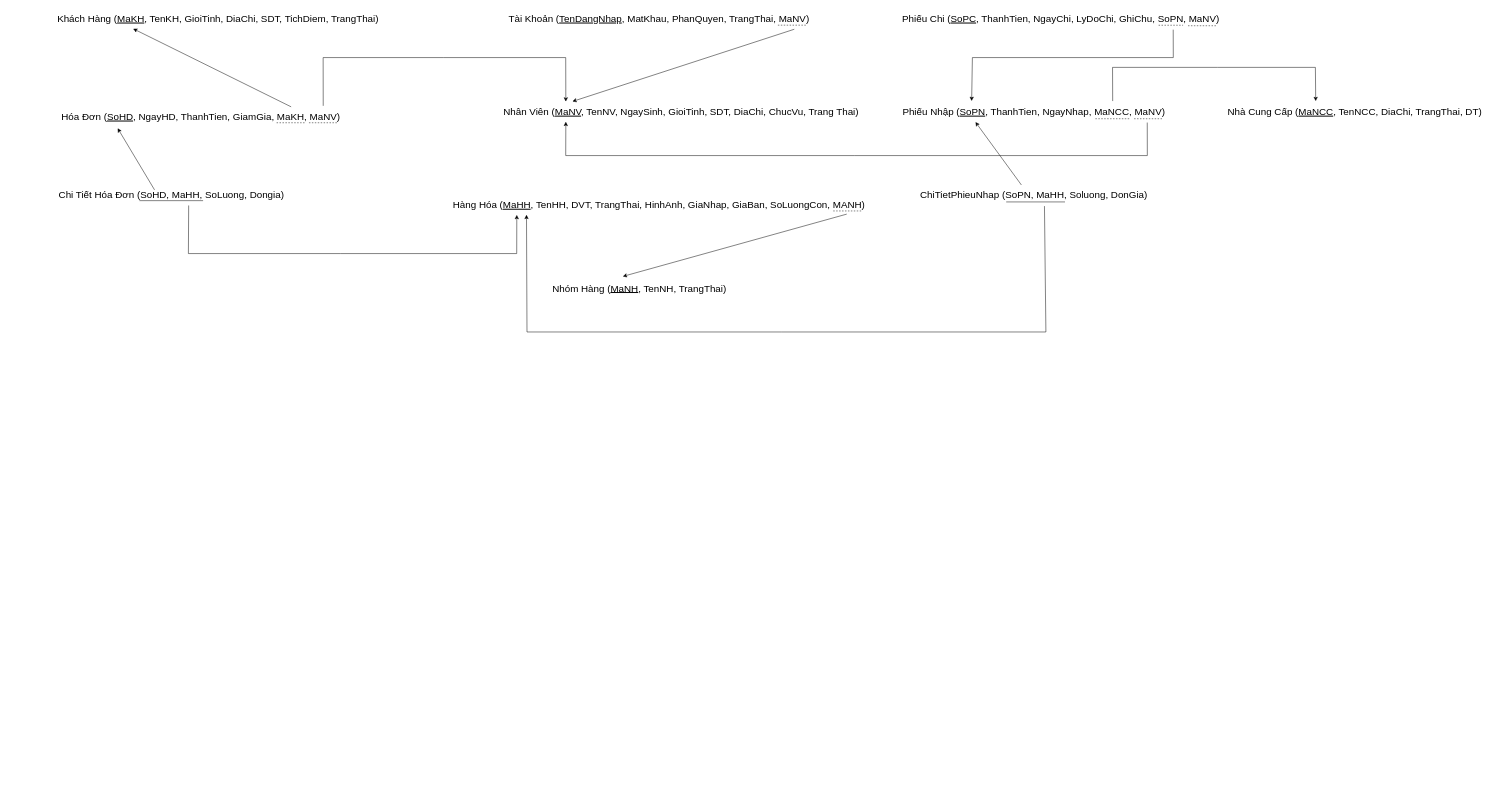
Before: page "Lược đồ CSDL" (1 of 2) of Huy/LuocDoCSDL+DFD(3.0 lvl2).drawio in hungtadasuke/Enterprise-Information-System-Project, a draw.io diagram. Source tidied: cells renumbered, new cells numbered last; positions are measured from the earlier drawing's top-left corner, leaving out a move shared by most shapes. Both pictures are drawn from the tidied source at 49%, with x=0, y=0 at pixel (51, 8).
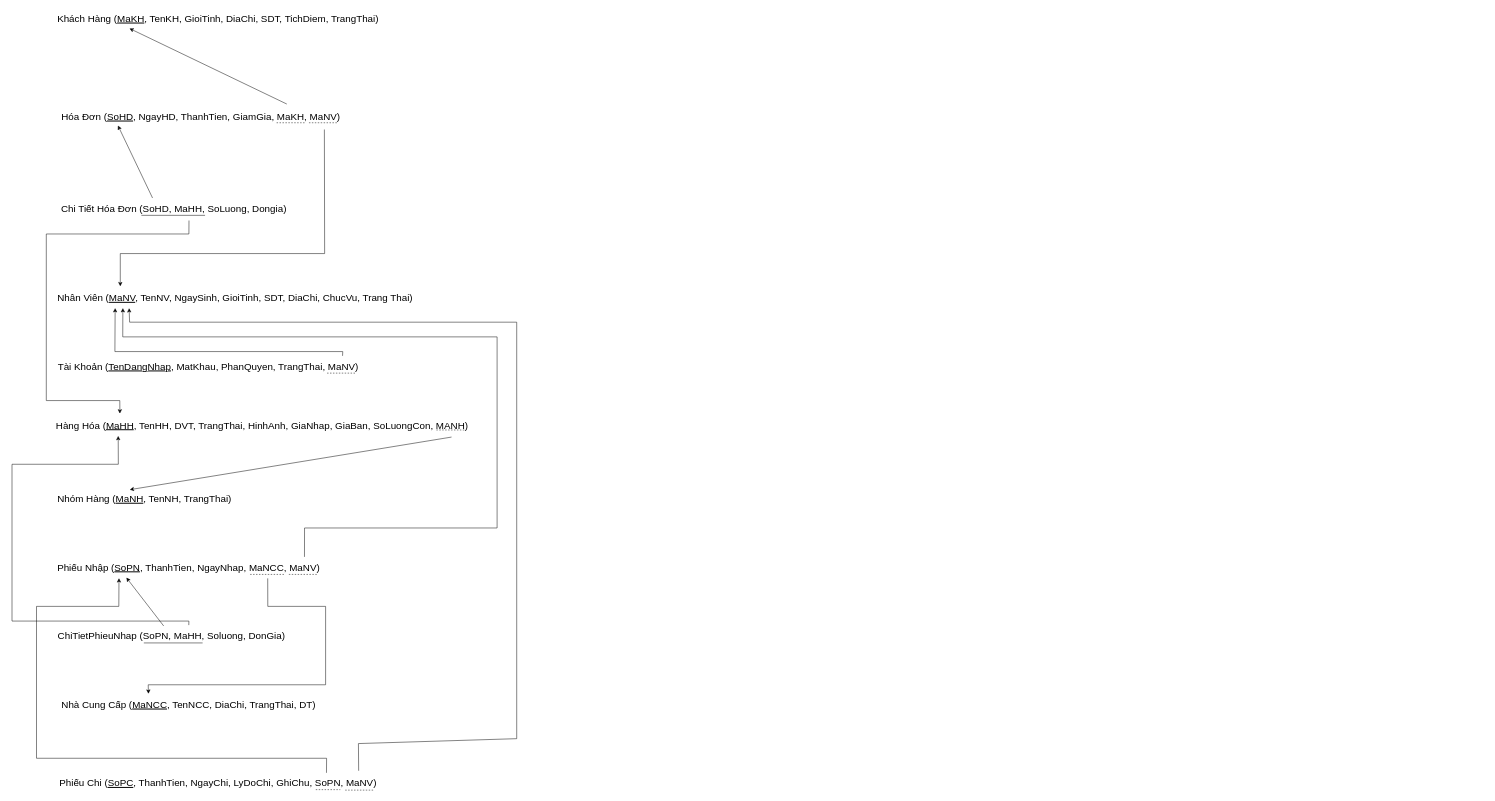
The same diagram, later.

Commit message (it also covers changes not shown here):
Huy - fix luoc do CSDL

The change refers to these unchanged cells:
```xml
<mxCell id="2" value="Khách Hàng (&lt;u&gt;MaKH&lt;/u&gt;, TenKH, GioiTinh, DiaChi, SDT, TichDiem, TrangThai)" style="text;html=1;align=center;verticalAlign=middle;points=[];strokeColor=none;fillColor=none;fontSize=20;" parent="1" vertex="1">
  <mxGeometry width="680" height="40" as="geometry" />
</mxCell>
<mxCell id="3" value="Hóa Đơn (&lt;u&gt;SoHD&lt;/u&gt;, NgayHD, ThanhTien, GiamGia, MaKH, MaNV)" style="text;html=1;align=center;verticalAlign=middle;points=[];strokeColor=none;fillColor=none;fontSize=20;" parent="1" vertex="1">
  <mxGeometry x="10" y="200" width="590" height="40" as="geometry" />
</mxCell>
```

What changed in the source:
```diff
@@
     <mxCell id="4" value="Chi Tiết Hóa Đơn (SoHD, MaHH, SoLuong, Dongia)" style="text;html=1;align=center;verticalAlign=middle;points=[];strokeColor=none;fillColor=none;fontSize=20;" parent="1" vertex="1">
-      <mxGeometry x="5" y="360" width="480" height="40" as="geometry" />
+      <mxGeometry x="10" y="388" width="480" height="40" as="geometry" />
     </mxCell>
     <mxCell id="5" value="Hàng Hóa (&lt;u&gt;MaHH&lt;/u&gt;, TenHH, DVT, TrangThai, HinhAnh, GiaNhap, GiaBan, SoLuongCon, MANH)" style="text;html=1;align=center;verticalAlign=middle;points=[];strokeColor=none;fillColor=none;fontSize=20;" parent="1" vertex="1">
-      <mxGeometry x="810" y="380" width="860" height="40" as="geometry" />
+      <mxGeometry y="830" width="860" height="40" as="geometry" />
     </mxCell>
     <mxCell id="6" value="Nhóm Hàng (&lt;u&gt;MaNH&lt;/u&gt;, TenNH, TrangThai)" style="text;html=1;align=center;verticalAlign=middle;points=[];strokeColor=none;fillColor=none;fontSize=20;" parent="1" vertex="1">
-      <mxGeometry x="1010" y="550" width="380" height="40" as="geometry" />
+      <mxGeometry y="980" width="380" height="40" as="geometry" />
     </mxCell>
     <mxCell id="7" value="Nhân Viên (&lt;u&gt;MaNV&lt;/u&gt;, TenNV, NgaySinh, GioiTinh, SDT, DiaChi, ChucVu, Trang Thai)" style="text;html=1;align=center;verticalAlign=middle;points=[];strokeColor=none;fillColor=none;fontSize=20;" parent="1" vertex="1">
-      <mxGeometry x="910" y="190" width="750" height="40" as="geometry" />
+      <mxGeometry y="570" width="750" height="40" as="geometry" />
     </mxCell>
     <mxCell id="8" value="Tài Khoản (&lt;u&gt;TenDangNhap&lt;/u&gt;, MatKhau, PhanQuyen, TrangThai, MaNV)" style="text;html=1;align=center;verticalAlign=middle;points=[];strokeColor=none;fillColor=none;fontSize=20;" parent="1" vertex="1">
-      <mxGeometry x="920" width="640" height="40" as="geometry" />
+      <mxGeometry y="710" width="640" height="40" as="geometry" />
     </mxCell>
     <mxCell id="9" value="Phiếu Chi (&lt;u&gt;SoPC&lt;/u&gt;, ThanhTien, NgayChi, LyDoChi, GhiChu, SoPN, MaNV)" style="text;html=1;align=center;verticalAlign=middle;points=[];strokeColor=none;fillColor=none;fontSize=20;" parent="1" vertex="1">
-      <mxGeometry x="1725" width="670" height="40" as="geometry" />
+      <mxGeometry x="5" y="1560" width="670" height="40" as="geometry" />
     </mxCell>
     <mxCell id="10" value="Phiếu Nhập (&lt;u&gt;SoPN&lt;/u&gt;, ThanhTien, NgayNhap, MaNCC, MaNV)" style="text;html=1;align=center;verticalAlign=middle;points=[];strokeColor=none;fillColor=none;fontSize=20;" parent="1" vertex="1">
-      <mxGeometry x="1725" y="190" width="560" height="40" as="geometry" />
+      <mxGeometry y="1120" width="560" height="40" as="geometry" />
     </mxCell>
     <mxCell id="11" value="ChiTietPhieuNhap (SoPN, MaHH, Soluong, DonGia)" style="text;html=1;align=center;verticalAlign=middle;points=[];strokeColor=none;fillColor=none;fontSize=20;" parent="1" vertex="1">
-      <mxGeometry x="1760" y="360" width="490" height="40" as="geometry" />
+      <mxGeometry y="1260" width="490" height="40" as="geometry" />
     </mxCell>
     <mxCell id="12" value="Nhà Cung Cấp (&lt;u&gt;MaNCC&lt;/u&gt;, TenNCC, DiaChi, TrangThai, DT)" style="text;html=1;align=center;verticalAlign=middle;points=[];strokeColor=none;fillColor=none;fontSize=20;" parent="1" vertex="1">
-      <mxGeometry x="2390" y="190" width="540" height="40" as="geometry" />
+      <mxGeometry x="10" y="1400" width="540" height="40" as="geometry" />
     </mxCell>
@@
-    <mxCell id="15" style="endArrow=classic;html=1;rounded=0;fontSize=20;exitX=0.813;exitY=0.013;exitDx=0;exitDy=0;exitPerimeter=0;entryX=0.246;entryY=1.029;entryDx=0;entryDy=0;entryPerimeter=0;" parent="1" edge="1" source="3" target="2">
-      <mxGeometry relative="1" as="geometry" />
-    </mxCell>
-    <mxCell id="16" style="endArrow=classic;html=1;rounded=0;fontSize=20;exitX=0.924;exitY=-0.038;exitDx=0;exitDy=0;exitPerimeter=0;entryX=0.187;entryY=-0.004;entryDx=0;entryDy=0;entryPerimeter=0;" parent="1" edge="1" source="3" target="7">
-      <mxGeometry relative="1" as="geometry">
-        <Array as="points">
-          <mxPoint x="555" y="100" />
-          <mxPoint x="800" y="100" />
-          <mxPoint x="1050" y="100" />
-        </Array>
-      </mxGeometry>
-    </mxCell>
     <mxCell id="17" style="endArrow=none;html=1;rounded=0;fontSize=20;" parent="1" edge="1">
       <mxGeometry relative="1" as="geometry">
-        <mxPoint x="180" y="392" as="sourcePoint" />
-        <mxPoint x="310" y="392" as="targetPoint" />
+        <mxPoint x="184" y="422" as="sourcePoint" />
+        <mxPoint x="314" y="422" as="targetPoint" />
       </mxGeometry>
     </mxCell>
-    <mxCell id="18" style="endArrow=classic;html=1;rounded=0;fontSize=20;exitX=0.429;exitY=0.25;exitDx=0;exitDy=0;exitPerimeter=0;entryX=0.213;entryY=1.108;entryDx=0;entryDy=0;entryPerimeter=0;" parent="1" edge="1" source="4" target="3">
-      <mxGeometry relative="1" as="geometry" />
-    </mxCell>
-    <mxCell id="19" style="endArrow=classic;html=1;rounded=0;fontSize=20;entryX=0.163;entryY=1.029;entryDx=0;entryDy=0;entryPerimeter=0;exitX=0.574;exitY=1.045;exitDx=0;exitDy=0;exitPerimeter=0;" parent="1" edge="1" source="4" target="5">
-      <mxGeometry relative="1" as="geometry">
-        <Array as="points">
-          <mxPoint x="280" y="500" />
-          <mxPoint x="590" y="500" />
-          <mxPoint x="950" y="500" />
-        </Array>
-      </mxGeometry>
-    </mxCell>
     <mxCell id="20" style="endArrow=none;dashed=1;html=1;rounded=0;fontSize=20;" parent="1" edge="1">
       <mxGeometry relative="1" as="geometry">
-        <mxPoint x="1596" y="413" as="sourcePoint" />
-        <mxPoint x="1656" y="413" as="targetPoint" />
+        <mxPoint x="786" y="860" as="sourcePoint" />
+        <mxPoint x="846" y="860" as="targetPoint" />
       </mxGeometry>
     </mxCell>
-    <mxCell id="21" style="endArrow=classic;html=1;rounded=0;fontSize=20;exitX=0.946;exitY=0.987;exitDx=0;exitDy=0;exitPerimeter=0;entryX=0.412;entryY=-0.084;entryDx=0;entryDy=0;entryPerimeter=0;" parent="1" edge="1" source="5" target="6">
-      <mxGeometry relative="1" as="geometry" />
-    </mxCell>
-    <mxCell id="22" style="endArrow=classic;html=1;rounded=0;fontSize=20;exitX=0.932;exitY=1.055;exitDx=0;exitDy=0;exitPerimeter=0;entryX=0.205;entryY=-0.011;entryDx=0;entryDy=0;entryPerimeter=0;" parent="1" edge="1" source="8" target="7">
-      <mxGeometry relative="1" as="geometry" />
-    </mxCell>
     <mxCell id="23" style="endArrow=none;dashed=1;html=1;rounded=0;fontSize=20;" parent="1" edge="1">
       <mxGeometry relative="1" as="geometry">
-        <mxPoint x="1483" y="33.9" as="sourcePoint" />
-        <mxPoint x="1543" y="33.9" as="targetPoint" />
+        <mxPoint x="563" y="744" as="sourcePoint" />
+        <mxPoint x="623" y="744" as="targetPoint" />
       </mxGeometry>
     </mxCell>
     <mxCell id="24" style="endArrow=none;dashed=1;html=1;rounded=0;fontSize=20;" parent="1" edge="1">
       <mxGeometry relative="1" as="geometry">
-        <mxPoint x="2320" y="35" as="sourcePoint" />
-        <mxPoint x="2380" y="35" as="targetPoint" />
+        <mxPoint x="600" y="1595" as="sourcePoint" />
+        <mxPoint x="660" y="1595" as="targetPoint" />
       </mxGeometry>
     </mxCell>
     <mxCell id="25" style="endArrow=none;dashed=1;html=1;rounded=0;fontSize=20;" parent="1" edge="1">
       <mxGeometry relative="1" as="geometry">
-        <mxPoint x="2260" y="34" as="sourcePoint" />
-        <mxPoint x="2310" y="34" as="targetPoint" />
+        <mxPoint x="540" y="1594" as="sourcePoint" />
+        <mxPoint x="590" y="1594" as="targetPoint" />
       </mxGeometry>
     </mxCell>
     <mxCell id="26" style="endArrow=none;dashed=1;html=1;rounded=0;fontSize=20;" parent="1" edge="1">
       <mxGeometry relative="1" as="geometry">
-        <mxPoint x="2131" y="224.8" as="sourcePoint" />
-        <mxPoint x="2201" y="224.8" as="targetPoint" />
+        <mxPoint x="406" y="1154.8" as="sourcePoint" />
+        <mxPoint x="476" y="1154.8" as="targetPoint" />
       </mxGeometry>
     </mxCell>
     <mxCell id="27" style="endArrow=none;dashed=1;html=1;rounded=0;fontSize=20;" parent="1" edge="1">
       <mxGeometry relative="1" as="geometry">
-        <mxPoint x="2210" y="224.8" as="sourcePoint" />
-        <mxPoint x="2270" y="224.8" as="targetPoint" />
+        <mxPoint x="485" y="1154.8" as="sourcePoint" />
+        <mxPoint x="545" y="1154.8" as="targetPoint" />
       </mxGeometry>
     </mxCell>
+    <mxCell id="31" style="endArrow=none;html=1;rounded=0;fontSize=20;" parent="1" edge="1">
+      <mxGeometry relative="1" as="geometry">
+        <mxPoint x="189" y="1294.6" as="sourcePoint" />
+        <mxPoint x="309" y="1294.6" as="targetPoint" />
+      </mxGeometry>
+    </mxCell>
+    <mxCell id="15" style="endArrow=classic;html=1;rounded=0;exitX=0.798;exitY=-0.129;exitDx=0;exitDy=0;exitPerimeter=0;entryX=0.235;entryY=1.015;entryDx=0;entryDy=0;entryPerimeter=0;" parent="1" edge="1" source="3" target="2">
+      <mxGeometry relative="1" as="geometry" />
+    </mxCell>
+    <mxCell id="18" style="endArrow=classic;html=1;rounded=0;exitX=0.41;exitY=-0.037;exitDx=0;exitDy=0;exitPerimeter=0;entryX=0.214;entryY=0.97;entryDx=0;entryDy=0;entryPerimeter=0;" parent="1" edge="1" source="4" target="3">
+      <mxGeometry relative="1" as="geometry" />
+    </mxCell>
+    <mxCell id="16" style="endArrow=classic;html=1;rounded=0;exitX=0.928;exitY=1.169;exitDx=0;exitDy=0;exitPerimeter=0;entryX=0.188;entryY=-0.081;entryDx=0;entryDy=0;entryPerimeter=0;" parent="1" edge="1" source="3" target="7">
+      <mxGeometry relative="1" as="geometry">
+        <Array as="points">
+          <mxPoint x="558" y="500" />
+          <mxPoint x="141" y="500" />
+        </Array>
+      </mxGeometry>
+    </mxCell>
+    <mxCell id="19" style="endArrow=classic;html=1;rounded=0;exitX=0.565;exitY=1.113;exitDx=0;exitDy=0;exitPerimeter=0;entryX=0.163;entryY=-0.088;entryDx=0;entryDy=0;entryPerimeter=0;" parent="1" edge="1" source="4" target="5">
+      <mxGeometry relative="1" as="geometry">
+        <Array as="points">
+          <mxPoint x="281" y="460" />
+          <mxPoint x="-10" y="460" />
+          <mxPoint x="-10" y="800" />
+          <mxPoint x="140" y="800" />
+        </Array>
+      </mxGeometry>
+    </mxCell>
+    <mxCell id="21" style="endArrow=classic;html=1;rounded=0;exitX=0.95;exitY=1.112;exitDx=0;exitDy=0;exitPerimeter=0;entryX=0.422;entryY=0.046;entryDx=0;entryDy=0;entryPerimeter=0;" parent="1" edge="1" source="5" target="6">
+      <mxGeometry relative="1" as="geometry" />
+    </mxCell>
+    <mxCell id="22" style="endArrow=classic;html=1;rounded=0;exitX=0.929;exitY=-0.031;exitDx=0;exitDy=0;exitPerimeter=0;entryX=0.174;entryY=1.032;entryDx=0;entryDy=0;entryPerimeter=0;" parent="1" edge="1" source="8" target="7">
+      <mxGeometry relative="1" as="geometry">
+        <Array as="points">
+          <mxPoint x="595" y="700" />
+          <mxPoint x="130" y="700" />
+        </Array>
+      </mxGeometry>
+    </mxCell>
+    <mxCell id="34" style="endArrow=classic;html=1;rounded=0;entryX=0.274;entryY=1.035;entryDx=0;entryDy=0;entryPerimeter=0;" parent="1" edge="1" source="11" target="10">
+      <mxGeometry relative="1" as="geometry" />
+    </mxCell>
-    <mxCell id="28" style="endArrow=classic;html=1;rounded=0;fontSize=20;exitX=0.914;exitY=1.065;exitDx=0;exitDy=0;exitPerimeter=0;entryX=0.187;entryY=1.025;entryDx=0;entryDy=0;entryPerimeter=0;" parent="1" edge="1" source="10" target="7">
+    <mxCell id="28" style="endArrow=classic;html=1;rounded=0;entryX=0.195;entryY=1.032;entryDx=0;entryDy=0;entryPerimeter=0;exitX=0.923;exitY=-0.025;exitDx=0;exitDy=0;exitPerimeter=0;" parent="1" edge="1" source="10" target="7">
       <mxGeometry relative="1" as="geometry">
         <Array as="points">
-          <mxPoint x="2237" y="300" />
-          <mxPoint x="1640" y="300" />
-          <mxPoint x="1050" y="300" />
+          <mxPoint x="517" y="1060" />
+          <mxPoint x="910" y="1060" />
+          <mxPoint x="910" y="670" />
+          <mxPoint x="146" y="670" />
         </Array>
       </mxGeometry>
     </mxCell>
-    <mxCell id="29" style="endArrow=classic;html=1;rounded=0;fontSize=20;exitX=0.788;exitY=-0.031;exitDx=0;exitDy=0;exitPerimeter=0;entryX=0.353;entryY=-0.031;entryDx=0;entryDy=0;entryPerimeter=0;" parent="1" edge="1" source="10" target="12">
+    <mxCell id="29" style="endArrow=classic;html=1;rounded=0;entryX=0.349;entryY=-0.043;entryDx=0;entryDy=0;entryPerimeter=0;exitX=0.789;exitY=1.071;exitDx=0;exitDy=0;exitPerimeter=0;" parent="1" edge="1" source="10" target="12">
       <mxGeometry relative="1" as="geometry">
         <Array as="points">
-          <mxPoint x="2166" y="120" />
-          <mxPoint x="2380" y="120" />
-          <mxPoint x="2580" y="120" />
+          <mxPoint x="442" y="1220" />
+          <mxPoint x="560" y="1220" />
+          <mxPoint x="560" y="1380" />
+          <mxPoint x="198" y="1380" />
         </Array>
       </mxGeometry>
     </mxCell>
-    <mxCell id="30" style="endArrow=classic;html=1;rounded=0;fontSize=20;exitX=0.843;exitY=1.075;exitDx=0;exitDy=0;exitPerimeter=0;entryX=0.274;entryY=-0.037;entryDx=0;entryDy=0;entryPerimeter=0;" parent="1" edge="1" source="9" target="10">
+    <mxCell id="30" style="endArrow=classic;html=1;rounded=0;entryX=0.247;entryY=1.063;entryDx=0;entryDy=0;entryPerimeter=0;exitX=0.831;exitY=-0.007;exitDx=0;exitDy=0;exitPerimeter=0;" parent="1" edge="1" source="9" target="10">
       <mxGeometry relative="1" as="geometry">
         <Array as="points">
-          <mxPoint x="2290" y="100" />
-          <mxPoint x="1880" y="100" />
+          <mxPoint x="562" y="1530" />
+          <mxPoint x="-30" y="1530" />
+          <mxPoint x="-30" y="1220" />
+          <mxPoint x="138" y="1220" />
         </Array>
       </mxGeometry>
     </mxCell>
-    <mxCell id="31" style="endArrow=none;html=1;rounded=0;fontSize=20;" parent="1" edge="1">
-      <mxGeometry relative="1" as="geometry">
-        <mxPoint x="1949" y="394.6" as="sourcePoint" />
-        <mxPoint x="2069" y="394.6" as="targetPoint" />
-      </mxGeometry>
-    </mxCell>
+    <mxCell id="35" style="endArrow=classic;html=1;rounded=0;entryX=0.212;entryY=1.037;entryDx=0;entryDy=0;entryPerimeter=0;exitX=0.929;exitY=-0.113;exitDx=0;exitDy=0;exitPerimeter=0;" parent="1" edge="1" source="9" target="7">
+      <mxGeometry relative="1" as="geometry">
+        <Array as="points">
+          <mxPoint x="627" y="1500" />
+          <mxPoint x="950" y="1490" />
+          <mxPoint x="950" y="640" />
+          <mxPoint x="160" y="640" />
+        </Array>
+      </mxGeometry>
+    </mxCell>
-    <mxCell id="32" style="endArrow=classic;html=1;rounded=0;fontSize=20;exitX=0.545;exitY=1.077;exitDx=0;exitDy=0;exitPerimeter=0;entryX=0.186;entryY=1.022;entryDx=0;entryDy=0;entryPerimeter=0;" parent="1" edge="1" source="11" target="5">
+    <mxCell id="32" style="endArrow=classic;html=1;rounded=0;entryX=0.159;entryY=1.056;entryDx=0;entryDy=0;entryPerimeter=0;exitX=0.573;exitY=-0.044;exitDx=0;exitDy=0;exitPerimeter=0;" parent="1" edge="1" source="11" target="5">
       <mxGeometry relative="1" as="geometry">
         <Array as="points">
-          <mxPoint x="2030" y="660" />
-          <mxPoint x="1490" y="660" />
-          <mxPoint x="971" y="660" />
+          <mxPoint x="281" y="1250" />
+          <mxPoint x="-80" y="1250" />
+          <mxPoint x="-80" y="930" />
+          <mxPoint x="137" y="930" />
         </Array>
       </mxGeometry>
     </mxCell>
-    <mxCell id="33" style="endArrow=classic;html=1;rounded=0;fontSize=20;entryX=0.288;entryY=1.041;entryDx=0;entryDy=0;entryPerimeter=0;" parent="1" edge="1" target="10">
-      <mxGeometry relative="1" as="geometry">
-        <mxPoint x="1980" y="360" as="sourcePoint" />
-      </mxGeometry>
-    </mxCell>
```
